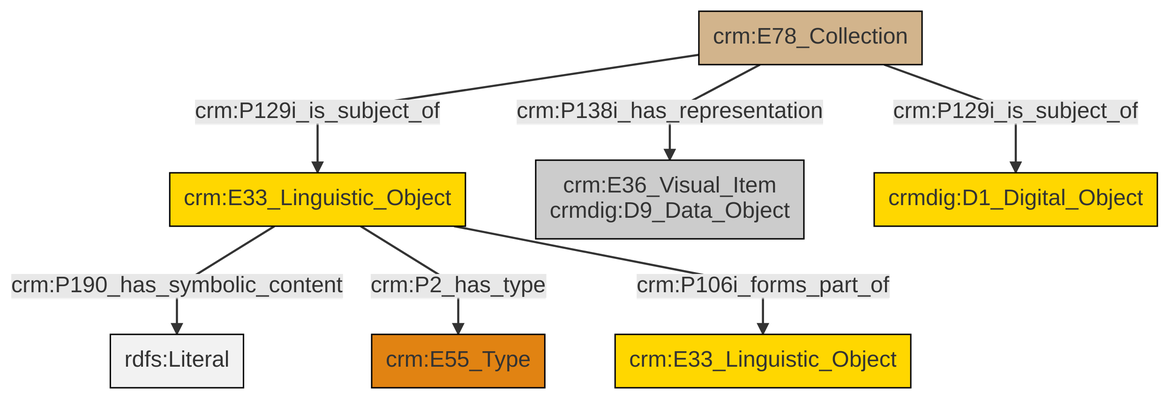
Above: et/archivalCSV/ttl/mmd/png/archival_docs.png in swiss-art-research-net/docs.swissartresearch (Mermaid), before the change. Its source is kept beside it as et/archivalCSV/ttl/mmd/archival_docs.ttl.mmd. Source of this version:
```mermaid
graph TD
classDef Literal fill:#f2f2f2,stroke:#000000;
classDef CRM_Entity fill:#FFFFFF,stroke:#000000;
classDef Temporal_Entity fill:#00C9E6, stroke:#000000;
classDef Type fill:#E18312, stroke:#000000;
classDef Time-Span fill:#2C9C91, stroke:#000000;
classDef Appellation fill:#FFEB7F, stroke:#000000;
classDef Place fill:#008836, stroke:#000000;
classDef Persistent_Item fill:#B266B2, stroke:#000000;
classDef Conceptual_Object fill:#FFD700, stroke:#000000;
classDef Physical_Thing fill:#D2B48C, stroke:#000000;
classDef Actor fill:#f58aad, stroke:#000000;
classDef PC_Classes fill:#4ce600, stroke:#000000;
classDef Multi fill:#cccccc,stroke:#000000;

2["crm:E33_Linguistic_Object"]:::Conceptual_Object -->|crm:P190_has_symbolic_content| 4[rdfs:Literal]:::Literal
2["crm:E33_Linguistic_Object"]:::Conceptual_Object -->|crm:P2_has_type| 7["crm:E55_Type"]:::Type
2["crm:E33_Linguistic_Object"]:::Conceptual_Object -->|crm:P106i_forms_part_of| 9["crm:E33_Linguistic_Object"]:::Conceptual_Object
0["crm:E78_Collection"]:::Physical_Thing -->|crm:P129i_is_subject_of| 13["crmdig:D1_Digital_Object"]:::Conceptual_Object
0["crm:E78_Collection"]:::Physical_Thing -->|crm:P129i_is_subject_of| 2["crm:E33_Linguistic_Object"]:::Conceptual_Object
0["crm:E78_Collection"]:::Physical_Thing -->|crm:P138i_has_representation| 5["crm:E36_Visual_Item<br>crmdig:D9_Data_Object"]:::Multi
```
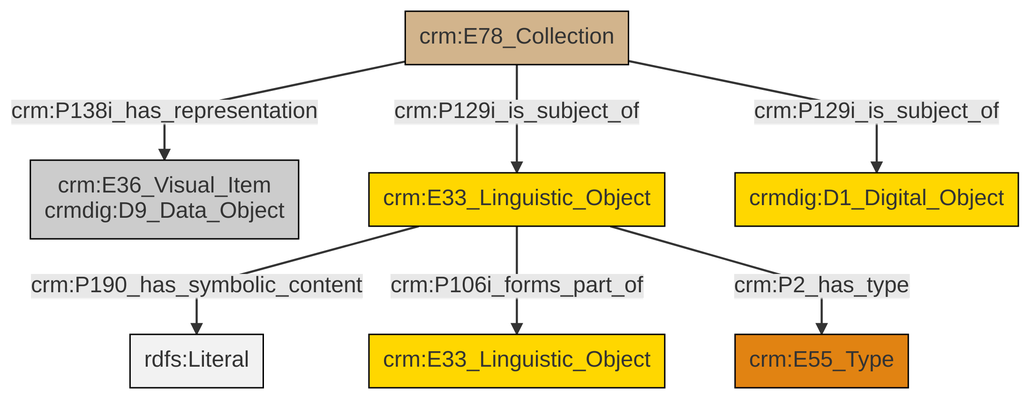
The same diagram one commit later.

Diff of the diagram source:
```diff
@@ -13,9 +13,9 @@
 classDef PC_Classes fill:#4ce600, stroke:#000000;
 classDef Multi fill:#cccccc,stroke:#000000;
 
-2["crm:E33_Linguistic_Object"]:::Conceptual_Object -->|crm:P190_has_symbolic_content| 4[rdfs:Literal]:::Literal
-2["crm:E33_Linguistic_Object"]:::Conceptual_Object -->|crm:P2_has_type| 7["crm:E55_Type"]:::Type
-2["crm:E33_Linguistic_Object"]:::Conceptual_Object -->|crm:P106i_forms_part_of| 9["crm:E33_Linguistic_Object"]:::Conceptual_Object
-0["crm:E78_Collection"]:::Physical_Thing -->|crm:P129i_is_subject_of| 13["crmdig:D1_Digital_Object"]:::Conceptual_Object
+0["crm:E78_Collection"]:::Physical_Thing -->|crm:P138i_has_representation| 1["crm:E36_Visual_Item<br>crmdig:D9_Data_Object"]:::Multi
+2["crm:E33_Linguistic_Object"]:::Conceptual_Object -->|crm:P190_has_symbolic_content| 5[rdfs:Literal]:::Literal
+2["crm:E33_Linguistic_Object"]:::Conceptual_Object -->|crm:P106i_forms_part_of| 8["crm:E33_Linguistic_Object"]:::Conceptual_Object
 0["crm:E78_Collection"]:::Physical_Thing -->|crm:P129i_is_subject_of| 2["crm:E33_Linguistic_Object"]:::Conceptual_Object
-0["crm:E78_Collection"]:::Physical_Thing -->|crm:P138i_has_representation| 5["crm:E36_Visual_Item<br>crmdig:D9_Data_Object"]:::Multi
+2["crm:E33_Linguistic_Object"]:::Conceptual_Object -->|crm:P2_has_type| 6["crm:E55_Type"]:::Type
+0["crm:E78_Collection"]:::Physical_Thing -->|crm:P129i_is_subject_of| 9["crmdig:D1_Digital_Object"]:::Conceptual_Object
```
